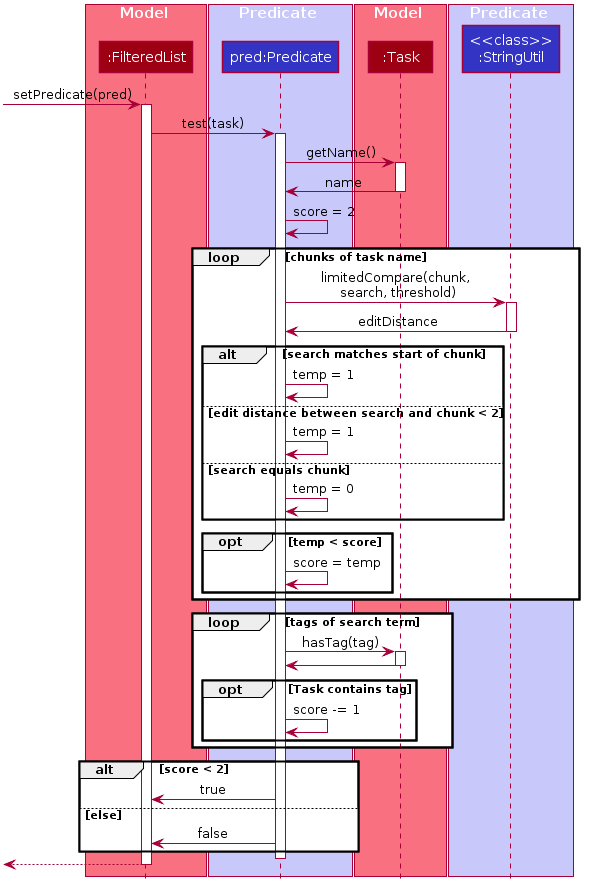
Earlier version of the PlantUML export docs/images/PredicateSequenceDiagram.png (nus-cs2103-AY1920S2/addressbook-level3).
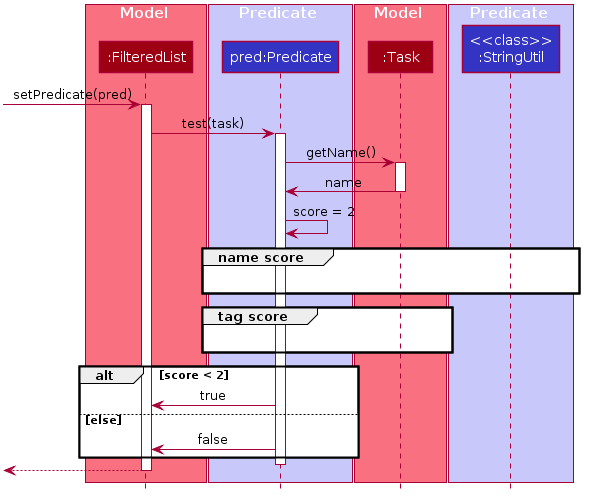
The same diagram one commit later.

The edit, as a diff of the source:
```diff
@@ -78,33 +78,14 @@
 
 Predicate -> Predicate: score = 2
 
-loop chunks of task name
-    Predicate -> StringUtil: limitedCompare(chunk,\n search, threshold)
-    activate StringUtil
-    StringUtil -> Predicate: editDistance
-    deactivate StringUtil
-
-    alt search matches start of chunk
-        Predicate -> Predicate: temp = 1
-    else edit distance between search and chunk < 2
-        Predicate -> Predicate: temp = 1
-    else search equals chunk
-        Predicate -> Predicate: temp = 0
-    end
-
-    opt temp < score
-        Predicate -> Predicate: score = temp
-    end
+group name score
+    Predicate-[hidden]-> StringUtil
+    Predicate-[hidden]-> StringUtil
 end
 
-loop tags of search term
-    Predicate -> Task: hasTag(tag)
-    activate Task
-    Task -> Predicate
-    deactivate Task
-    opt Task contains tag
-        Predicate -> Predicate: score -= 1
-    end
+group tag score
+    Predicate-[hidden]-> Task
+    Predicate-[hidden]-> Task
 end
 
 alt score < 2
```
